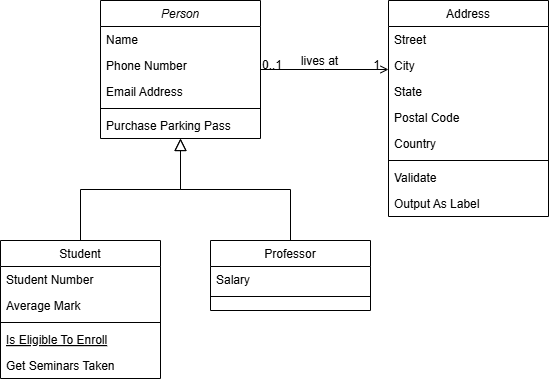
Above: Diagram Class.png in nadinn72/Lab-8 (draw.io), before the change. Source tidied: cells renumbered, new cells last; positions are measured from the earlier drawing's top-left corner, leaving out a move shared by most shapes. Source of this version:
```xml
<mxGraphModel>
  <root>
    <mxCell id="0" />
    <mxCell id="1" parent="0" />
    <mxCell id="2" value="Person" style="swimlane;fontStyle=2;align=center;verticalAlign=top;horizontal=1;startSize=26;rounded=0;shadow=0;strokeWidth=1;" parent="1" vertex="1">
      <mxGeometry x="100" width="160" height="138" as="geometry" />
    </mxCell>
    <mxCell id="3" value="Name" style="text;align=left;verticalAlign=top;spacingLeft=4;spacingRight=4;overflow=hidden;" parent="2" vertex="1">
      <mxGeometry y="26" width="160" height="26" as="geometry" />
    </mxCell>
    <mxCell id="4" value="Phone Number" style="text;align=left;verticalAlign=top;spacingLeft=4;spacingRight=4;overflow=hidden;rounded=0;shadow=0;html=0;" parent="2" vertex="1">
      <mxGeometry y="52" width="160" height="26" as="geometry" />
    </mxCell>
    <mxCell id="5" value="Email Address" style="text;align=left;verticalAlign=top;spacingLeft=4;spacingRight=4;overflow=hidden;rounded=0;shadow=0;html=0;" parent="2" vertex="1">
      <mxGeometry y="78" width="160" height="26" as="geometry" />
    </mxCell>
    <mxCell id="6" style="line;html=1;strokeWidth=1;align=left;verticalAlign=middle;spacingTop=-1;spacingLeft=3;spacingRight=3;labelPosition=right;" parent="2" vertex="1">
      <mxGeometry y="104" width="160" height="8" as="geometry" />
    </mxCell>
    <mxCell id="7" value="Purchase Parking Pass" style="text;align=left;verticalAlign=top;spacingLeft=4;spacingRight=4;overflow=hidden;" parent="2" vertex="1">
      <mxGeometry y="112" width="160" height="26" as="geometry" />
    </mxCell>
    <mxCell id="8" value="Student" style="swimlane;fontStyle=0;align=center;verticalAlign=top;horizontal=1;startSize=26;rounded=0;shadow=0;strokeWidth=1;" parent="1" vertex="1">
      <mxGeometry y="240" width="160" height="138" as="geometry" />
    </mxCell>
    <mxCell id="9" value="Student Number" style="text;align=left;verticalAlign=top;spacingLeft=4;spacingRight=4;overflow=hidden;" parent="8" vertex="1">
      <mxGeometry y="26" width="160" height="26" as="geometry" />
    </mxCell>
    <mxCell id="10" value="Average Mark" style="text;align=left;verticalAlign=top;spacingLeft=4;spacingRight=4;overflow=hidden;rounded=0;shadow=0;html=0;" parent="8" vertex="1">
      <mxGeometry y="52" width="160" height="26" as="geometry" />
    </mxCell>
    <mxCell id="11" style="line;html=1;strokeWidth=1;align=left;verticalAlign=middle;spacingTop=-1;spacingLeft=3;spacingRight=3;labelPosition=right;" parent="8" vertex="1">
      <mxGeometry y="78" width="160" height="8" as="geometry" />
    </mxCell>
    <mxCell id="12" value="Is Eligible To Enroll" style="text;align=left;verticalAlign=top;spacingLeft=4;spacingRight=4;overflow=hidden;fontStyle=4;" parent="8" vertex="1">
      <mxGeometry y="86" width="160" height="26" as="geometry" />
    </mxCell>
    <mxCell id="13" value="Get Seminars Taken" style="text;align=left;verticalAlign=top;spacingLeft=4;spacingRight=4;overflow=hidden;" parent="8" vertex="1">
      <mxGeometry y="112" width="160" height="26" as="geometry" />
    </mxCell>
    <mxCell id="14" style="endArrow=block;endSize=10;endFill=0;shadow=0;strokeWidth=1;rounded=0;curved=0;edgeStyle=elbowEdgeStyle;elbow=vertical;" parent="1" edge="1" source="8" target="2">
      <mxGeometry relative="1" as="geometry" />
    </mxCell>
    <mxCell id="15" value="Professor" style="swimlane;fontStyle=0;align=center;verticalAlign=top;horizontal=1;startSize=26;rounded=0;shadow=0;strokeWidth=1;" parent="1" vertex="1">
      <mxGeometry x="210" y="240" width="160" height="70" as="geometry" />
    </mxCell>
    <mxCell id="16" value="Salary" style="text;align=left;verticalAlign=top;spacingLeft=4;spacingRight=4;overflow=hidden;" parent="15" vertex="1">
      <mxGeometry y="26" width="160" height="26" as="geometry" />
    </mxCell>
    <mxCell id="17" style="line;html=1;strokeWidth=1;align=left;verticalAlign=middle;spacingTop=-1;spacingLeft=3;spacingRight=3;labelPosition=right;" parent="15" vertex="1">
      <mxGeometry y="52" width="160" height="8" as="geometry" />
    </mxCell>
    <mxCell id="18" style="endArrow=block;endSize=10;endFill=0;shadow=0;strokeWidth=1;rounded=0;curved=0;edgeStyle=elbowEdgeStyle;elbow=vertical;" parent="1" edge="1" source="15" target="2">
      <mxGeometry relative="1" as="geometry" />
    </mxCell>
    <mxCell id="19" value="Address" style="swimlane;fontStyle=0;align=center;verticalAlign=top;horizontal=1;startSize=26;rounded=0;shadow=0;strokeWidth=1;" parent="1" vertex="1">
      <mxGeometry x="388" width="160" height="216" as="geometry" />
    </mxCell>
    <mxCell id="20" value="Street" style="text;align=left;verticalAlign=top;spacingLeft=4;spacingRight=4;overflow=hidden;" parent="19" vertex="1">
      <mxGeometry y="26" width="160" height="26" as="geometry" />
    </mxCell>
    <mxCell id="21" value="City" style="text;align=left;verticalAlign=top;spacingLeft=4;spacingRight=4;overflow=hidden;rounded=0;shadow=0;html=0;" parent="19" vertex="1">
      <mxGeometry y="52" width="160" height="26" as="geometry" />
    </mxCell>
    <mxCell id="22" value="State" style="text;align=left;verticalAlign=top;spacingLeft=4;spacingRight=4;overflow=hidden;rounded=0;shadow=0;html=0;" parent="19" vertex="1">
      <mxGeometry y="78" width="160" height="26" as="geometry" />
    </mxCell>
    <mxCell id="23" value="Postal Code" style="text;align=left;verticalAlign=top;spacingLeft=4;spacingRight=4;overflow=hidden;rounded=0;shadow=0;html=0;" parent="19" vertex="1">
      <mxGeometry y="104" width="160" height="26" as="geometry" />
    </mxCell>
    <mxCell id="24" value="Country" style="text;align=left;verticalAlign=top;spacingLeft=4;spacingRight=4;overflow=hidden;rounded=0;shadow=0;html=0;" parent="19" vertex="1">
      <mxGeometry y="130" width="160" height="26" as="geometry" />
    </mxCell>
    <mxCell id="25" style="line;html=1;strokeWidth=1;align=left;verticalAlign=middle;spacingTop=-1;spacingLeft=3;spacingRight=3;labelPosition=right;" parent="19" vertex="1">
      <mxGeometry y="156" width="160" height="8" as="geometry" />
    </mxCell>
    <mxCell id="26" value="Validate" style="text;align=left;verticalAlign=top;spacingLeft=4;spacingRight=4;overflow=hidden;" parent="19" vertex="1">
      <mxGeometry y="164" width="160" height="26" as="geometry" />
    </mxCell>
    <mxCell id="27" value="Output As Label" style="text;align=left;verticalAlign=top;spacingLeft=4;spacingRight=4;overflow=hidden;" parent="19" vertex="1">
      <mxGeometry y="190" width="160" height="26" as="geometry" />
    </mxCell>
    <mxCell id="28" style="endArrow=open;shadow=0;strokeWidth=1;rounded=0;curved=0;endFill=1;edgeStyle=elbowEdgeStyle;elbow=vertical;" parent="1" edge="1" source="2" target="19">
      <mxGeometry x="0.5" y="41" relative="1" as="geometry">
        <mxPoint x="-40" y="32" as="offset" />
      </mxGeometry>
    </mxCell>
    <mxCell id="29" value="0..1" style="align=left;verticalAlign=bottom;labelBackgroundColor=none;fontSize=12;" parent="28" vertex="1">
      <mxGeometry x="-1" relative="1" as="geometry">
        <mxPoint y="4" as="offset" />
      </mxGeometry>
    </mxCell>
    <mxCell id="30" value="1" style="align=right;verticalAlign=bottom;labelBackgroundColor=none;fontSize=12;" parent="28" vertex="1">
      <mxGeometry x="1" relative="1" as="geometry">
        <mxPoint x="-7" y="4" as="offset" />
      </mxGeometry>
    </mxCell>
    <mxCell id="31" value="lives at" style="text;html=1;align=center;verticalAlign=middle;labelBackgroundColor=none;rounded=0;shadow=0;strokeWidth=1;fontSize=12;" parent="28" vertex="1">
      <mxGeometry x="0.5" y="49" relative="1" as="geometry">
        <mxPoint x="-38" y="40" as="offset" />
      </mxGeometry>
    </mxCell>
  </root>
</mxGraphModel>
```
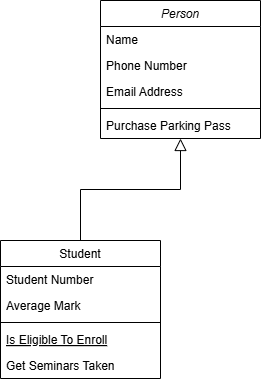
After the change.

Diff of the diagram source:
```diff
@@ -41,64 +41,5 @@
     <mxCell id="14" style="endArrow=block;endSize=10;endFill=0;shadow=0;strokeWidth=1;rounded=0;curved=0;edgeStyle=elbowEdgeStyle;elbow=vertical;" parent="1" edge="1" source="8" target="2">
       <mxGeometry relative="1" as="geometry" />
     </mxCell>
-    <mxCell id="15" value="Professor" style="swimlane;fontStyle=0;align=center;verticalAlign=top;horizontal=1;startSize=26;rounded=0;shadow=0;strokeWidth=1;" parent="1" vertex="1">
-      <mxGeometry x="210" y="240" width="160" height="70" as="geometry" />
-    </mxCell>
-    <mxCell id="16" value="Salary" style="text;align=left;verticalAlign=top;spacingLeft=4;spacingRight=4;overflow=hidden;" parent="15" vertex="1">
-      <mxGeometry y="26" width="160" height="26" as="geometry" />
-    </mxCell>
-    <mxCell id="17" style="line;html=1;strokeWidth=1;align=left;verticalAlign=middle;spacingTop=-1;spacingLeft=3;spacingRight=3;labelPosition=right;" parent="15" vertex="1">
-      <mxGeometry y="52" width="160" height="8" as="geometry" />
-    </mxCell>
-    <mxCell id="18" style="endArrow=block;endSize=10;endFill=0;shadow=0;strokeWidth=1;rounded=0;curved=0;edgeStyle=elbowEdgeStyle;elbow=vertical;" parent="1" edge="1" source="15" target="2">
-      <mxGeometry relative="1" as="geometry" />
-    </mxCell>
-    <mxCell id="19" value="Address" style="swimlane;fontStyle=0;align=center;verticalAlign=top;horizontal=1;startSize=26;rounded=0;shadow=0;strokeWidth=1;" parent="1" vertex="1">
-      <mxGeometry x="388" width="160" height="216" as="geometry" />
-    </mxCell>
-    <mxCell id="20" value="Street" style="text;align=left;verticalAlign=top;spacingLeft=4;spacingRight=4;overflow=hidden;" parent="19" vertex="1">
-      <mxGeometry y="26" width="160" height="26" as="geometry" />
-    </mxCell>
-    <mxCell id="21" value="City" style="text;align=left;verticalAlign=top;spacingLeft=4;spacingRight=4;overflow=hidden;rounded=0;shadow=0;html=0;" parent="19" vertex="1">
-      <mxGeometry y="52" width="160" height="26" as="geometry" />
-    </mxCell>
-    <mxCell id="22" value="State" style="text;align=left;verticalAlign=top;spacingLeft=4;spacingRight=4;overflow=hidden;rounded=0;shadow=0;html=0;" parent="19" vertex="1">
-      <mxGeometry y="78" width="160" height="26" as="geometry" />
-    </mxCell>
-    <mxCell id="23" value="Postal Code" style="text;align=left;verticalAlign=top;spacingLeft=4;spacingRight=4;overflow=hidden;rounded=0;shadow=0;html=0;" parent="19" vertex="1">
-      <mxGeometry y="104" width="160" height="26" as="geometry" />
-    </mxCell>
-    <mxCell id="24" value="Country" style="text;align=left;verticalAlign=top;spacingLeft=4;spacingRight=4;overflow=hidden;rounded=0;shadow=0;html=0;" parent="19" vertex="1">
-      <mxGeometry y="130" width="160" height="26" as="geometry" />
-    </mxCell>
-    <mxCell id="25" style="line;html=1;strokeWidth=1;align=left;verticalAlign=middle;spacingTop=-1;spacingLeft=3;spacingRight=3;labelPosition=right;" parent="19" vertex="1">
-      <mxGeometry y="156" width="160" height="8" as="geometry" />
-    </mxCell>
-    <mxCell id="26" value="Validate" style="text;align=left;verticalAlign=top;spacingLeft=4;spacingRight=4;overflow=hidden;" parent="19" vertex="1">
-      <mxGeometry y="164" width="160" height="26" as="geometry" />
-    </mxCell>
-    <mxCell id="27" value="Output As Label" style="text;align=left;verticalAlign=top;spacingLeft=4;spacingRight=4;overflow=hidden;" parent="19" vertex="1">
-      <mxGeometry y="190" width="160" height="26" as="geometry" />
-    </mxCell>
-    <mxCell id="28" style="endArrow=open;shadow=0;strokeWidth=1;rounded=0;curved=0;endFill=1;edgeStyle=elbowEdgeStyle;elbow=vertical;" parent="1" edge="1" source="2" target="19">
-      <mxGeometry x="0.5" y="41" relative="1" as="geometry">
-        <mxPoint x="-40" y="32" as="offset" />
-      </mxGeometry>
-    </mxCell>
-    <mxCell id="29" value="0..1" style="align=left;verticalAlign=bottom;labelBackgroundColor=none;fontSize=12;" parent="28" vertex="1">
-      <mxGeometry x="-1" relative="1" as="geometry">
-        <mxPoint y="4" as="offset" />
-      </mxGeometry>
-    </mxCell>
-    <mxCell id="30" value="1" style="align=right;verticalAlign=bottom;labelBackgroundColor=none;fontSize=12;" parent="28" vertex="1">
-      <mxGeometry x="1" relative="1" as="geometry">
-        <mxPoint x="-7" y="4" as="offset" />
-      </mxGeometry>
-    </mxCell>
-    <mxCell id="31" value="lives at" style="text;html=1;align=center;verticalAlign=middle;labelBackgroundColor=none;rounded=0;shadow=0;strokeWidth=1;fontSize=12;" parent="28" vertex="1">
-      <mxGeometry x="0.5" y="49" relative="1" as="geometry">
-        <mxPoint x="-38" y="40" as="offset" />
-      </mxGeometry>
-    </mxCell>
   </root>
 </mxGraphModel>
```
